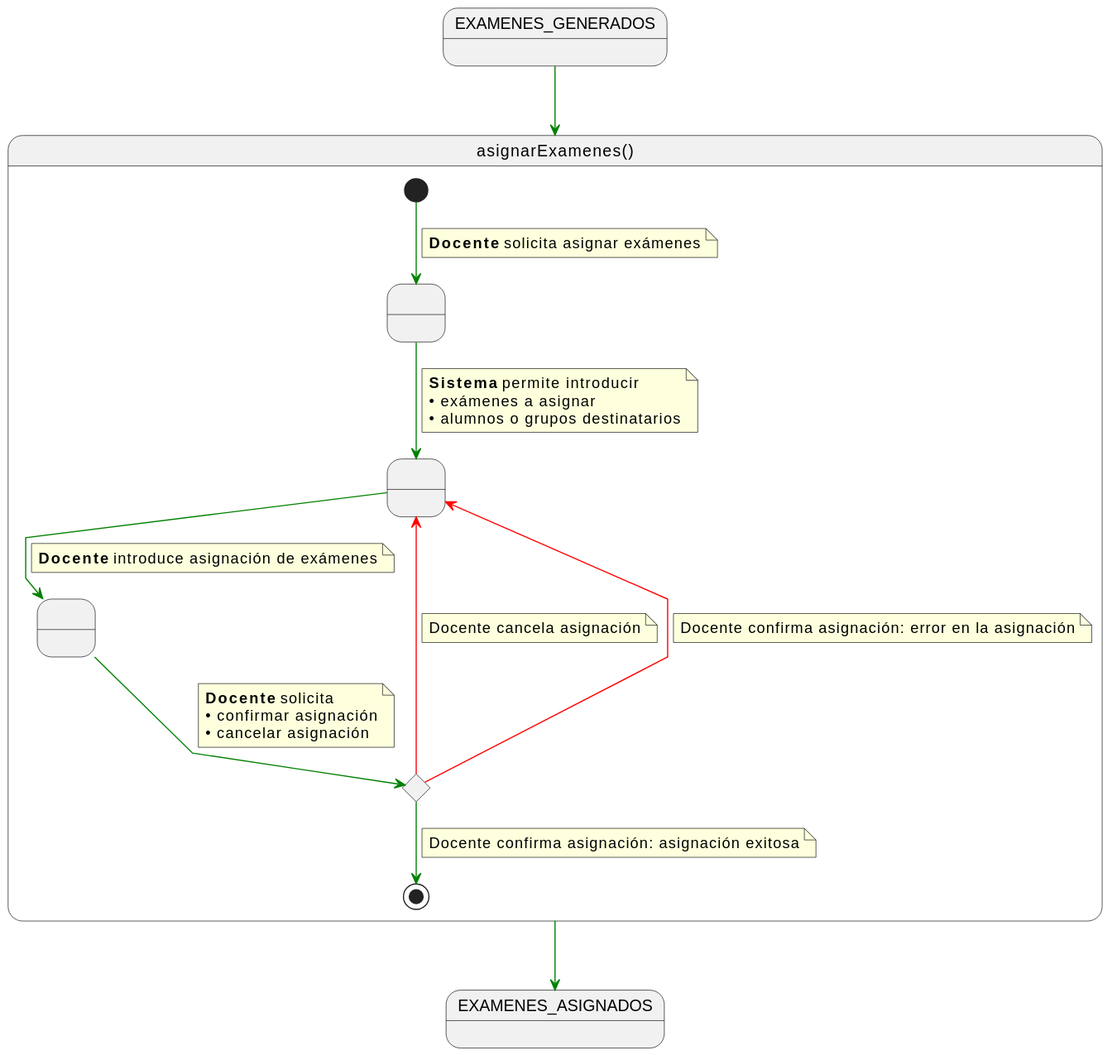
The PlantUML diagram documents/casos-de-uso/detalladoCasosDeUso/asignarExamenes/asignarExamenes.svg in martinlopez7/25-26-IdSw1-SdR, before a commit.
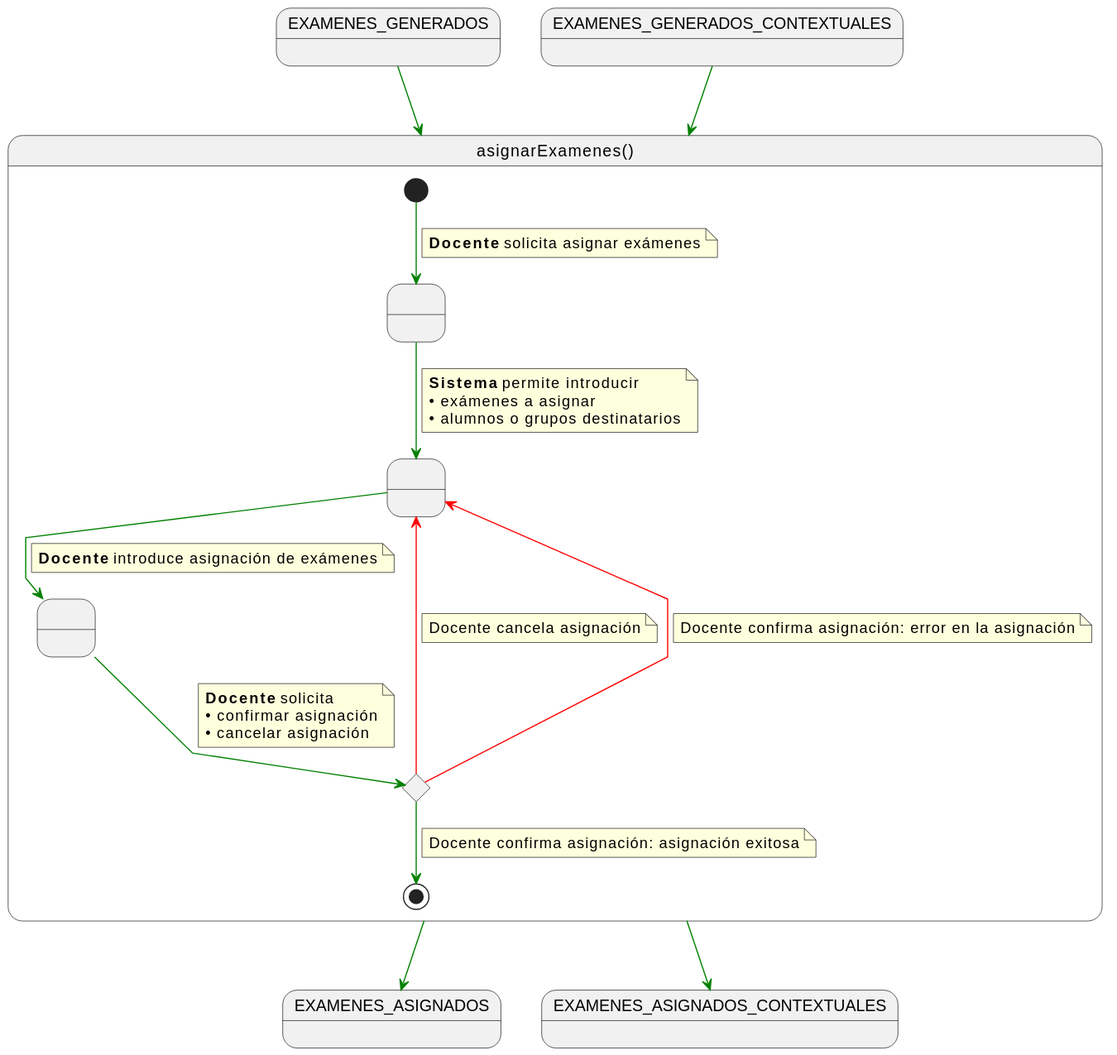
Above is the later version.

Change to the diagram source:
```diff
@@ -49,5 +49,7 @@
 }
 
 EXAMENES_GENERADOS -[#green]-> asignarExamenes
+EXAMENES_GENERADOS_CONTEXTUALES -[#green]-> asignarExamenes
 asignarExamenes -[#green]-> EXAMENES_ASIGNADOS
+asignarExamenes -[#green]-> EXAMENES_ASIGNADOS_CONTEXTUALES
 @enduml
```
